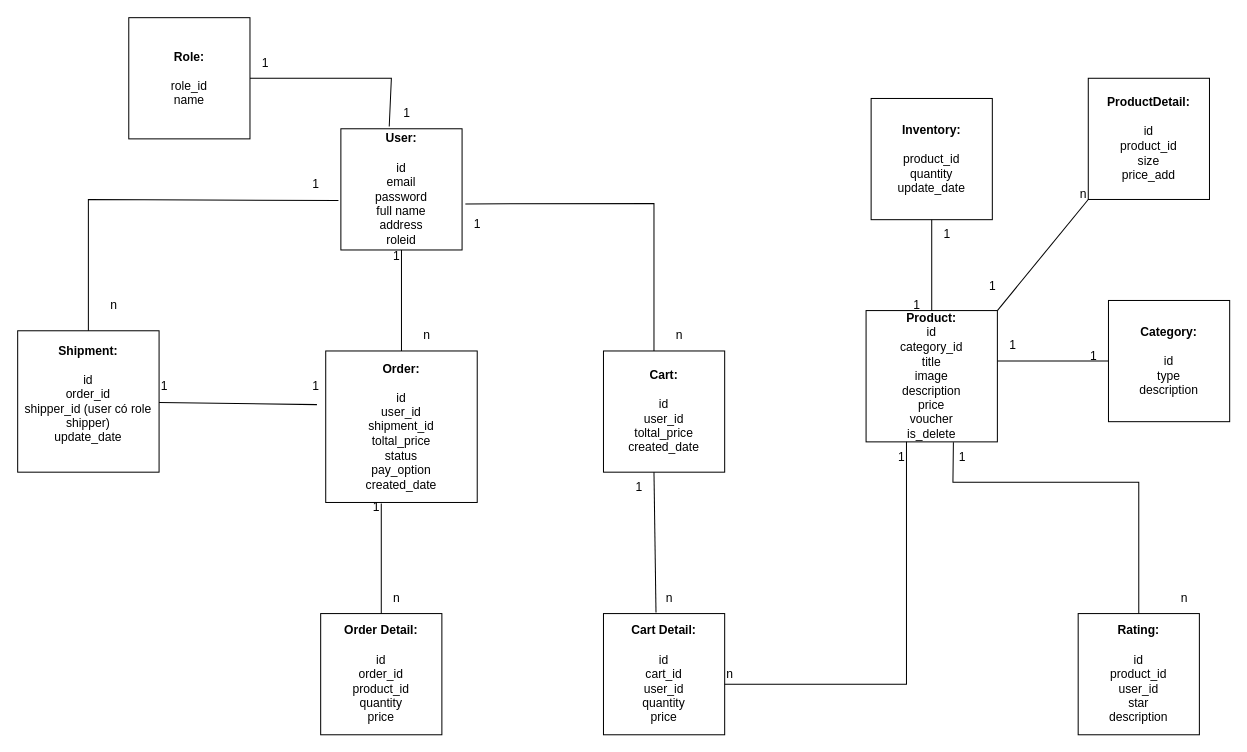
Earlier version of the draw.io diagram shoeshop.drawio (binh1922004/preTest). Source tidied: cells renumbered, new cells numbered last; positions are measured from the earlier drawing's top-left corner, leaving out a move shared by most shapes. Both pictures are drawn from the tidied source at 101%, with x=0, y=0 at pixel (17, 17).
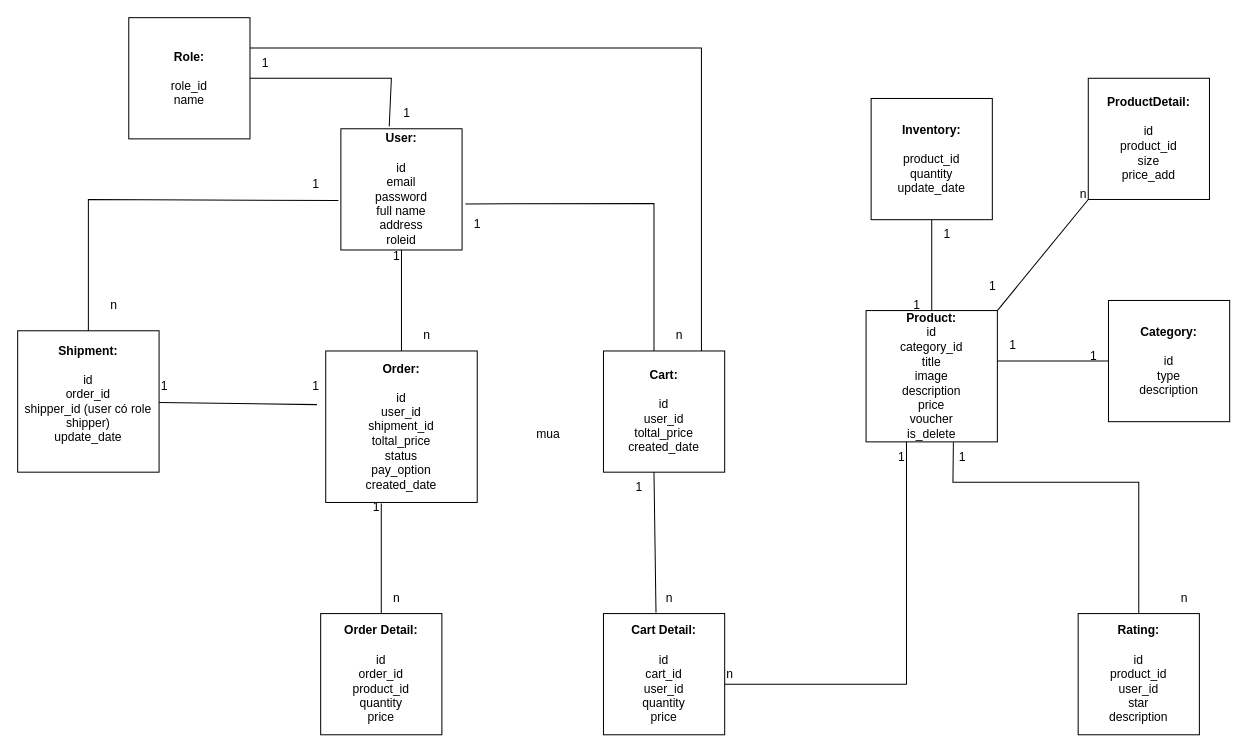
The same page after the edit.

Unchanged cells that the change refers to:
```xml
<mxCell id="3" value="&lt;b&gt;Role:&lt;/b&gt;&lt;div&gt;&lt;br&gt;&lt;/div&gt;&lt;div&gt;role_id&lt;/div&gt;&lt;div&gt;name&lt;/div&gt;" style="whiteSpace=wrap;html=1;" parent="1" vertex="1">
  <mxGeometry x="110" width="120" height="120" as="geometry" />
</mxCell>
```

Diff of the diagram source:
```diff
@@
+    <mxCell id="50" style="endArrow=none;html=1;rounded=0;exitX=0.5;exitY=0;exitDx=0;exitDy=0;entryX=1;entryY=0.25;entryDx=0;entryDy=0;" parent="1" edge="1" target="3">
+      <mxGeometry relative="1" as="geometry">
+        <mxPoint x="677" y="330" as="sourcePoint" />
+        <Array as="points">
+          <mxPoint x="677" y="30" />
+        </Array>
+      </mxGeometry>
+    </mxCell>
+    <mxCell id="51" value="mua&lt;div&gt;&lt;br&gt;&lt;/div&gt;" style="text;html=1;align=center;verticalAlign=middle;strokeColor=none;fillColor=none;" parent="1" vertex="1">
+      <mxGeometry x="500" y="400" width="50" height="40" as="geometry" />
+    </mxCell>
```
